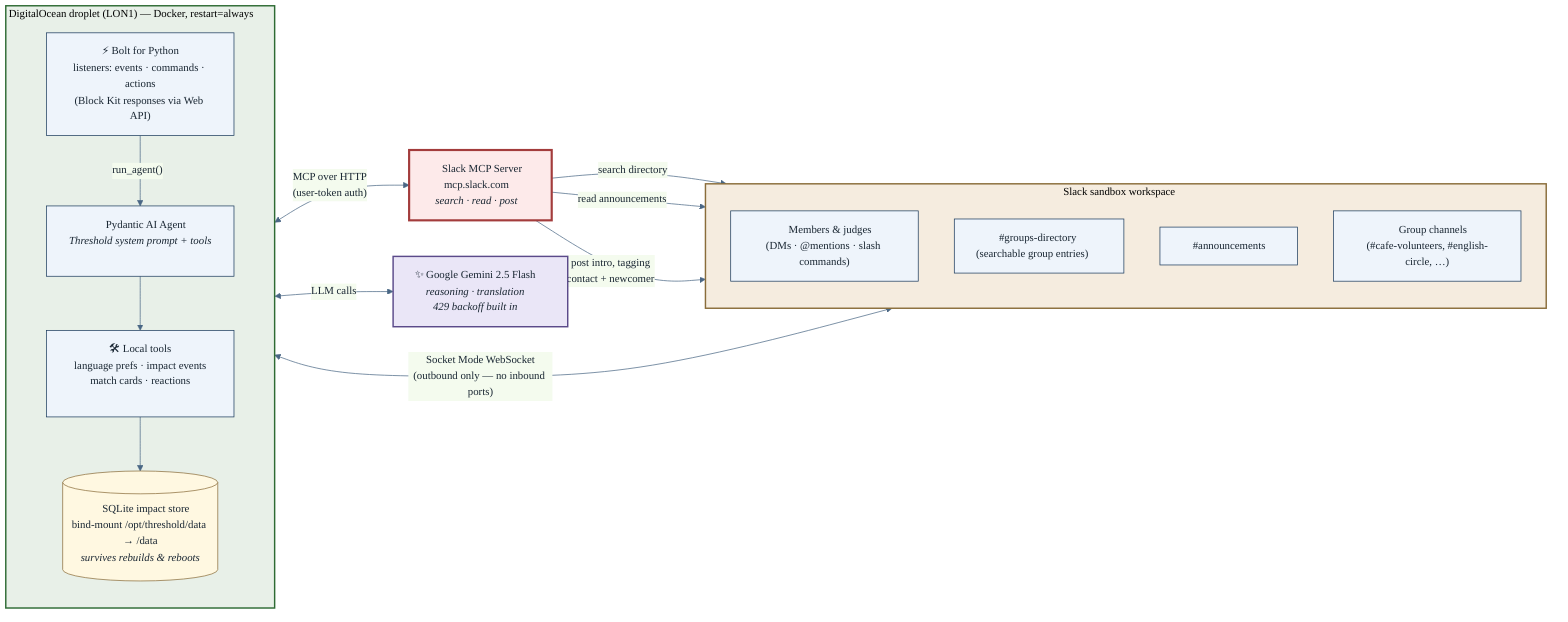
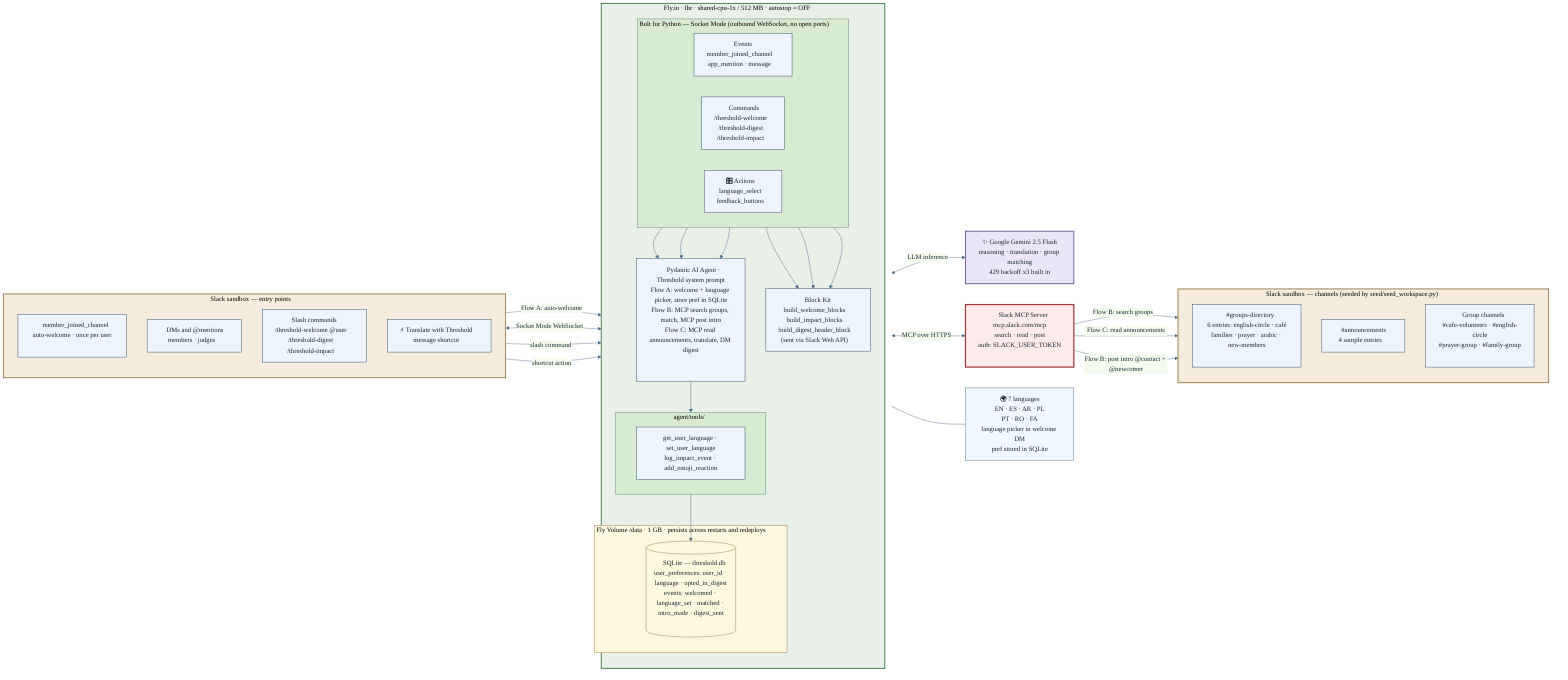
%%{init: {"theme": "base", "themeVariables": {
  "primaryColor": "#eef4fb",
  "primaryBorderColor": "#1a3a5c",
  "primaryTextColor": "#1a2733",
  "lineColor": "#4a6785",
  "fontFamily": "Segoe UI, Helvetica, Arial, sans-serif",
-   "fontSize": "15px"
+   "fontSize": "16px"
}}}%%
flowchart LR
-     subgraph SLACK["Slack sandbox workspace"]
+ 
+     %% ── 1. Slack entry points ─────────────────────────────────────────────────
+     subgraph ENTRY["Slack sandbox — entry points"]
        direction TB
-         MEMBERS["👥 Members & judges<br/>(DMs · @mentions · slash commands)"]
-         DIR["📂 #groups-directory<br/>(searchable group entries)"]
-         ANN["📢 #announcements"]
-         GRP["🤝 Group channels<br/>(#cafe-volunteers, #english-circle, …)"]
+         JOIN["🚪 member_joined_channel\nauto-welcome · once per user"]
+         DM["💬 DMs and @mentions\nmembers · judges"]
+         CMDS["🔧 Slash commands\n/threshold-welcome @user\n/threshold-digest\n/threshold-impact"]
+         SHORT["⚡ Translate with Threshold\nmessage shortcut"]
    end

-     MCP["🔌 Slack MCP Server<br/>mcp.slack.com<br/><i>search · read · post</i>"]
+     %% ── 2. Fly.io worker ──────────────────────────────────────────────────────
+     subgraph FLY["Fly.io · lhr · shared-cpu-1x / 512 MB · autostop = OFF"]
+         direction TB

-     subgraph DO["DigitalOcean droplet (LON1) — Docker, restart=always"]
-         direction TB
-         BOLT["⚡ Bolt for Python<br/>listeners: events · commands · actions<br/>(Block Kit responses via Web API)"]
-         AGENT["🧠 Pydantic AI Agent<br/><i>Threshold system prompt + tools</i>"]
-         TOOLS["🛠 Local tools<br/>language prefs · impact events<br/>match cards · reactions"]
-         DB[("💾 SQLite impact store<br/>bind-mount /opt/threshold/data → /data<br/><i>survives rebuilds & reboots</i>")]
-         BOLT -->|"run_agent()"| AGENT
-         AGENT --> TOOLS
-         TOOLS --> DB
+         subgraph BOLTBOX["Bolt for Python — Socket Mode (outbound WebSocket, no open ports)"]
+             direction LR
+             EVT["📡 Events\nmember_joined_channel\napp_mention · message"]
+             CMD["🔧 Commands\n/threshold-welcome\n/threshold-digest\n/threshold-impact"]
+             ACT["🎛 Actions\nlanguage_select\nfeedback_buttons"]
+         end
+ 
+         AGENT["🧠 Pydantic AI Agent · Threshold system prompt\nFlow A: welcome + language picker, store pref in SQLite\nFlow B: MCP search groups, match, MCP post intro\nFlow C: MCP read announcements, translate, DM digest"]
+ 
+         subgraph TOOLBOX["agent/tools/"]
+             direction LR
+             TOOLS["get_user_language · set_user_language\nlog_impact_event · add_emoji_reaction"]
+         end
+ 
+         VIEWS["🎨 Block Kit\nbuild_welcome_blocks\nbuild_impact_blocks\nbuild_digest_header_block\n(sent via Slack Web API)"]
+ 
+         subgraph FLYDATA["Fly Volume /data · 1 GB · persists across restarts and redeploys"]
+             DB[("💾 SQLite — threshold.db\nuser_preferences: user_id · language · opted_in_digest\nevents: welcomed · language_set · matched · intro_made · digest_sent")]
+         end
+ 
+         EVT --> AGENT
+         CMD --> AGENT
+         ACT --> AGENT
+         AGENT --> TOOLBOX
+         TOOLBOX --> DB
+         EVT --> VIEWS
+         CMD --> VIEWS
+         ACT --> VIEWS
    end

-     GEMINI["✨ Google Gemini 2.5 Flash<br/><i>reasoning · translation<br/>429 backoff built in</i>"]
+     %% ── 3. External services ──────────────────────────────────────────────────
+     GEMINI["✨ Google Gemini 2.5 Flash\nreasoning · translation · group matching\n429 backoff x3 built in"]

-     MEMBERS <-->|"Socket Mode WebSocket<br/>(outbound only — no inbound ports)"| BOLT
-     AGENT <-->|"LLM calls"| GEMINI
-     AGENT <-->|"MCP over HTTP<br/>(user-token auth)"| MCP
-     MCP -->|"search directory"| DIR
-     MCP -->|"read announcements"| ANN
-     MCP -->|"post intro, tagging<br/>contact + newcomer"| GRP
+     MCP["🔌 Slack MCP Server\nmcp.slack.com/mcp\nsearch · read · post\nauth: SLACK_USER_TOKEN"]

-     style SLACK fill:#f5ecdf,stroke:#8a6d3b,stroke-width:2px
-     style DO fill:#e8f0e8,stroke:#2e6b34,stroke-width:2px
-     style MCP fill:#fdeaea,stroke:#a33c3c,stroke-width:3px
-     style GEMINI fill:#eae6f7,stroke:#5b4a8a,stroke-width:2px
-     style DB fill:#fff8e1,stroke:#8a6d3b
+     LANG["🌍 7 languages\nEN · ES · AR · PL\nPT · RO · FA\nlanguage picker in welcome DM\npref stored in SQLite"]
+ 
+     %% ── 4. Slack content channels ─────────────────────────────────────────────
+     subgraph CONTENT["Slack sandbox — channels (seeded by seed/seed_workspace.py)"]
+         direction TB
+         DIR["📂 #groups-directory\n6 entries: english-circle · café\nfamilies · prayer · arabic · new-members"]
+         ANN["📢 #announcements\n4 sample entries"]
+         GRP["🤝 Group channels\n#cafe-volunteers · #english-circle\n#prayer-group · #family-group"]
+     end
+ 
+     %% ── Connections ───────────────────────────────────────────────────────────
+     JOIN      -->|"Flow A: auto-welcome"| EVT
+     DM       <-->|"Socket Mode WebSocket"| EVT
+     CMDS      -->|"slash command"| CMD
+     SHORT     -->|"shortcut action"| ACT
+ 
+     AGENT    <-->|"LLM inference"| GEMINI
+     AGENT    <-->|"MCP over HTTPS"| MCP
+ 
+     MCP       -->|"Flow B: search groups"| DIR
+     MCP       -->|"Flow C: read announcements"| ANN
+     MCP       -->|"Flow B: post intro @contact + @newcomer"| GRP
+ 
+     AGENT     --- LANG
+ 
+     %% ── Styles ────────────────────────────────────────────────────────────────
+     style ENTRY   fill:#f5ecdf,stroke:#8a6d3b,stroke-width:2px
+     style FLY     fill:#e8f0e8,stroke:#2e6b34,stroke-width:2px
+     style BOLTBOX fill:#d9ead3,stroke:#4a7c59,stroke-width:1px
+     style TOOLBOX fill:#d9ead3,stroke:#4a7c59,stroke-width:1px
+     style FLYDATA fill:#fff8e1,stroke:#8a6d3b,stroke-width:1px
+     style CONTENT fill:#f5ecdf,stroke:#8a6d3b,stroke-width:2px
+     style MCP     fill:#fdeaea,stroke:#a33c3c,stroke-width:3px
+     style GEMINI  fill:#eae6f7,stroke:#5b4a8a,stroke-width:2px
+     style DB      fill:#fff8e1,stroke:#8a6d3b
+     style LANG    fill:#f0f7ff,stroke:#4a6785,stroke-width:1px
